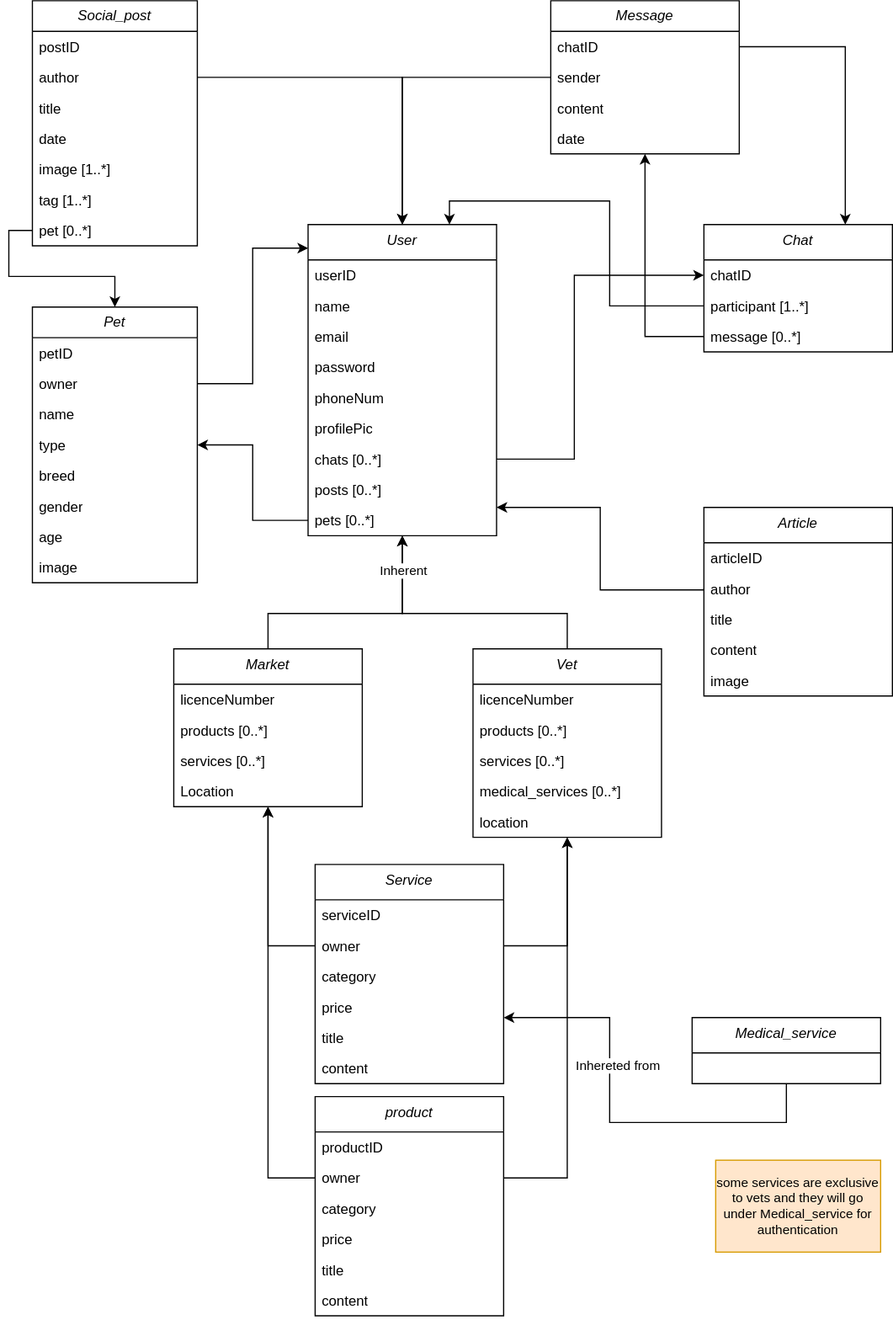
This is PetConnect Diagram.svg from AhmadTripleA/SE-Diagrams, a draw.io export, as it was before one commit. Source tidied: cells renumbered, new cells last; positions are measured from the earlier drawing's top-left corner, leaving out a move shared by most shapes.
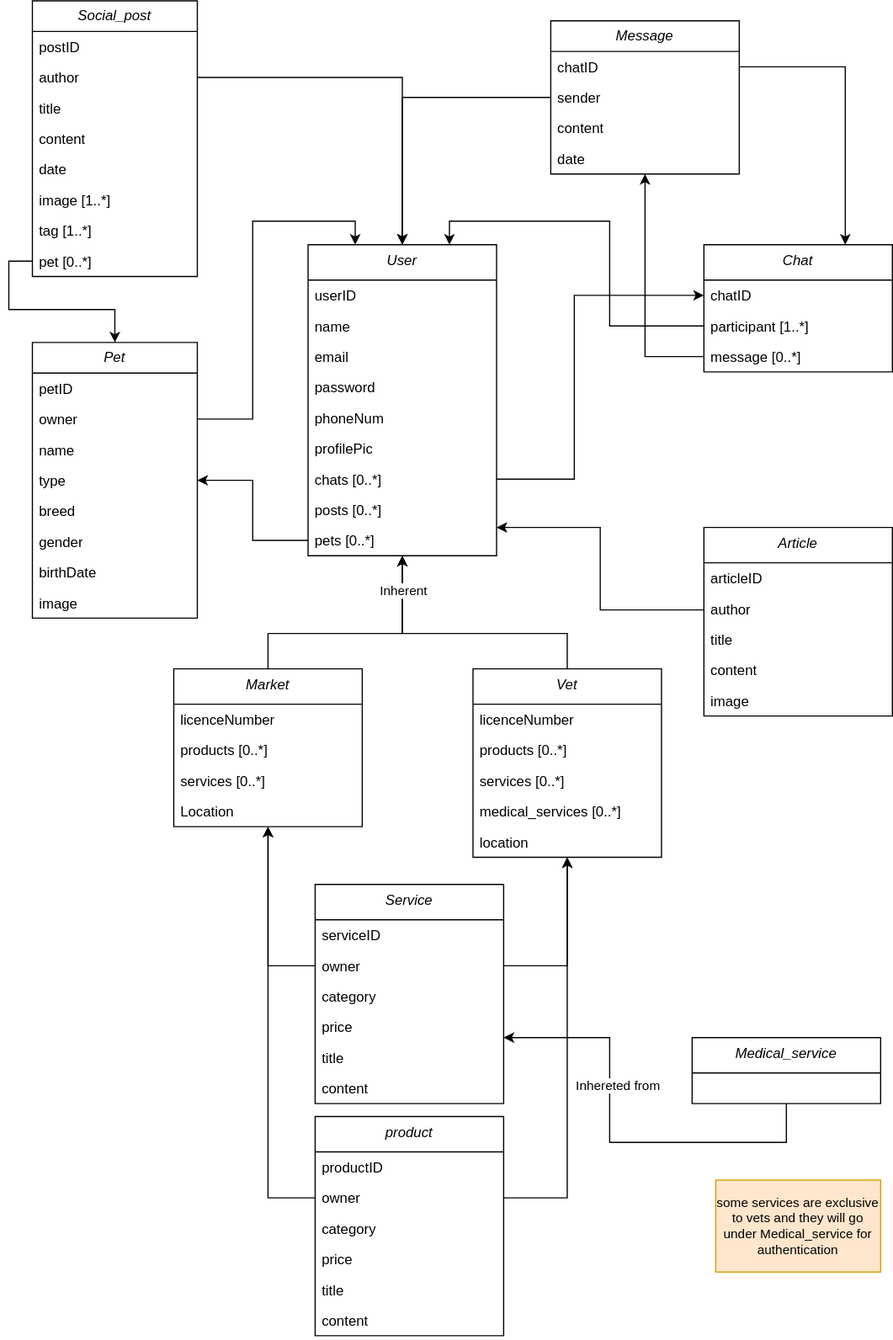
Above is the later version.

Diff of the diagram source:
```diff
@@ -80,7 +80,7 @@
       </mxGeometry>
     </mxCell>
     <mxCell id="24" value="&lt;i&gt;Social_post&lt;/i&gt;" style="swimlane;fontStyle=0;horizontal=1;startSize=26;fillColor=none;whiteSpace=wrap;html=1;" parent="1" vertex="1">
-      <mxGeometry width="140" height="208" as="geometry" />
+      <mxGeometry y="-17" width="140" height="234" as="geometry" />
     </mxCell>
     <mxCell id="25" value="postID" style="text;strokeColor=none;fillColor=none;align=left;verticalAlign=top;spacingLeft=4;spacingRight=4;overflow=hidden;whiteSpace=wrap;html=1;" parent="24" vertex="1">
       <mxGeometry y="26" width="140" height="26" as="geometry" />
@@ -91,23 +91,26 @@
     <mxCell id="27" value="title" style="text;strokeColor=none;fillColor=none;align=left;verticalAlign=top;spacingLeft=4;spacingRight=4;overflow=hidden;whiteSpace=wrap;html=1;" parent="24" vertex="1">
       <mxGeometry y="78" width="140" height="26" as="geometry" />
     </mxCell>
+    <mxCell id="90" value="content" style="text;strokeColor=none;fillColor=none;align=left;verticalAlign=top;spacingLeft=4;spacingRight=4;overflow=hidden;whiteSpace=wrap;html=1;" parent="24" vertex="1">
+      <mxGeometry y="104" width="140" height="26" as="geometry" />
+    </mxCell>
     <mxCell id="28" value="date" style="text;strokeColor=none;fillColor=none;align=left;verticalAlign=top;spacingLeft=4;spacingRight=4;overflow=hidden;whiteSpace=wrap;html=1;" parent="24" vertex="1">
-      <mxGeometry y="104" width="140" height="26" as="geometry" />
+      <mxGeometry y="130" width="140" height="26" as="geometry" />
     </mxCell>
     <mxCell id="29" value="image [1..*]" style="text;strokeColor=none;fillColor=none;align=left;verticalAlign=top;spacingLeft=4;spacingRight=4;overflow=hidden;whiteSpace=wrap;html=1;" parent="24" vertex="1">
-      <mxGeometry y="130" width="140" height="26" as="geometry" />
+      <mxGeometry y="156" width="140" height="26" as="geometry" />
     </mxCell>
     <mxCell id="30" value="tag [1..*]" style="text;strokeColor=none;fillColor=none;align=left;verticalAlign=top;spacingLeft=4;spacingRight=4;overflow=hidden;whiteSpace=wrap;html=1;" parent="24" vertex="1">
-      <mxGeometry y="156" width="140" height="26" as="geometry" />
+      <mxGeometry y="182" width="140" height="26" as="geometry" />
     </mxCell>
     <mxCell id="31" value="pet [0..*]" style="text;strokeColor=none;fillColor=none;align=left;verticalAlign=top;spacingLeft=4;spacingRight=4;overflow=hidden;points=[[0,0.5],[1,0.5]];portConstraint=eastwest;whiteSpace=wrap;html=1;" parent="24" vertex="1">
-      <mxGeometry y="182" width="140" height="26" as="geometry" />
+      <mxGeometry y="208" width="140" height="26" as="geometry" />
     </mxCell>
     <mxCell id="32" style="edgeStyle=orthogonalEdgeStyle;rounded=0;jettySize=auto;html=1;exitX=1;exitY=0.5;exitDx=0;exitDy=0;entryX=0.75;entryY=0;entryDx=0;entryDy=0;" parent="1" edge="1" source="18" target="12">
       <mxGeometry relative="1" as="geometry" />
     </mxCell>
     <mxCell id="33" value="&lt;i&gt;Pet&lt;/i&gt;" style="swimlane;fontStyle=0;horizontal=1;startSize=26;fillColor=none;whiteSpace=wrap;html=1;" parent="1" vertex="1">
-      <mxGeometry y="260" width="140" height="234" as="geometry" />
+      <mxGeometry y="273" width="140" height="234" as="geometry" />
     </mxCell>
     <mxCell id="34" value="petID" style="text;strokeColor=none;fillColor=none;align=left;verticalAlign=top;spacingLeft=4;spacingRight=4;overflow=hidden;whiteSpace=wrap;html=1;" parent="33" vertex="1">
       <mxGeometry y="26" width="140" height="26" as="geometry" />
@@ -127,7 +130,7 @@
     <mxCell id="39" value="gender" style="text;strokeColor=none;fillColor=none;align=left;verticalAlign=top;spacingLeft=4;spacingRight=4;overflow=hidden;whiteSpace=wrap;html=1;" parent="33" vertex="1">
       <mxGeometry y="156" width="140" height="26" as="geometry" />
     </mxCell>
-    <mxCell id="40" value="age" style="text;strokeColor=none;fillColor=none;align=left;verticalAlign=top;spacingLeft=4;spacingRight=4;overflow=hidden;whiteSpace=wrap;html=1;" parent="33" vertex="1">
+    <mxCell id="40" value="birthDate" style="text;strokeColor=none;fillColor=none;align=left;verticalAlign=top;spacingLeft=4;spacingRight=4;overflow=hidden;whiteSpace=wrap;html=1;" parent="33" vertex="1">
       <mxGeometry y="182" width="140" height="26" as="geometry" />
     </mxCell>
     <mxCell id="41" value="image" style="text;strokeColor=none;fillColor=none;align=left;verticalAlign=top;spacingLeft=4;spacingRight=4;overflow=hidden;whiteSpace=wrap;html=1;" parent="33" vertex="1">
@@ -294,18 +297,17 @@
       <mxGeometry x="580" y="984" width="140" height="78" as="geometry" />
     </mxCell>
     <mxCell id="87" style="edgeStyle=orthogonalEdgeStyle;rounded=0;jettySize=auto;html=1;exitX=0;exitY=0.5;exitDx=0;exitDy=0;" parent="1" edge="1" source="19" target="2">
-      <mxGeometry relative="1" as="geometry" />
+      <mxGeometry relative="1" as="geometry">
+        <Array as="points">
+          <mxPoint x="314" y="65" />
+        </Array>
+      </mxGeometry>
     </mxCell>
     <mxCell id="88" style="edgeStyle=orthogonalEdgeStyle;rounded=0;jettySize=auto;html=1;exitX=1;exitY=0.5;exitDx=0;exitDy=0;" parent="1" edge="1" source="26" target="2">
       <mxGeometry relative="1" as="geometry" />
     </mxCell>
-    <mxCell id="89" style="edgeStyle=orthogonalEdgeStyle;rounded=0;jettySize=auto;html=1;exitX=1;exitY=0.5;exitDx=0;exitDy=0;" parent="1" edge="1" source="35" target="2">
-      <mxGeometry relative="1" as="geometry">
-        <Array as="points">
-          <mxPoint x="187" y="325" />
-          <mxPoint x="187" y="210" />
-        </Array>
-      </mxGeometry>
+    <mxCell id="89" style="edgeStyle=orthogonalEdgeStyle;rounded=0;jettySize=auto;html=1;exitX=1;exitY=0.5;exitDx=0;exitDy=0;entryX=0.25;entryY=0;entryDx=0;entryDy=0;" parent="1" edge="1" source="35" target="2">
+      <mxGeometry relative="1" as="geometry" />
     </mxCell>
   </root>
 </mxGraphModel>
```
